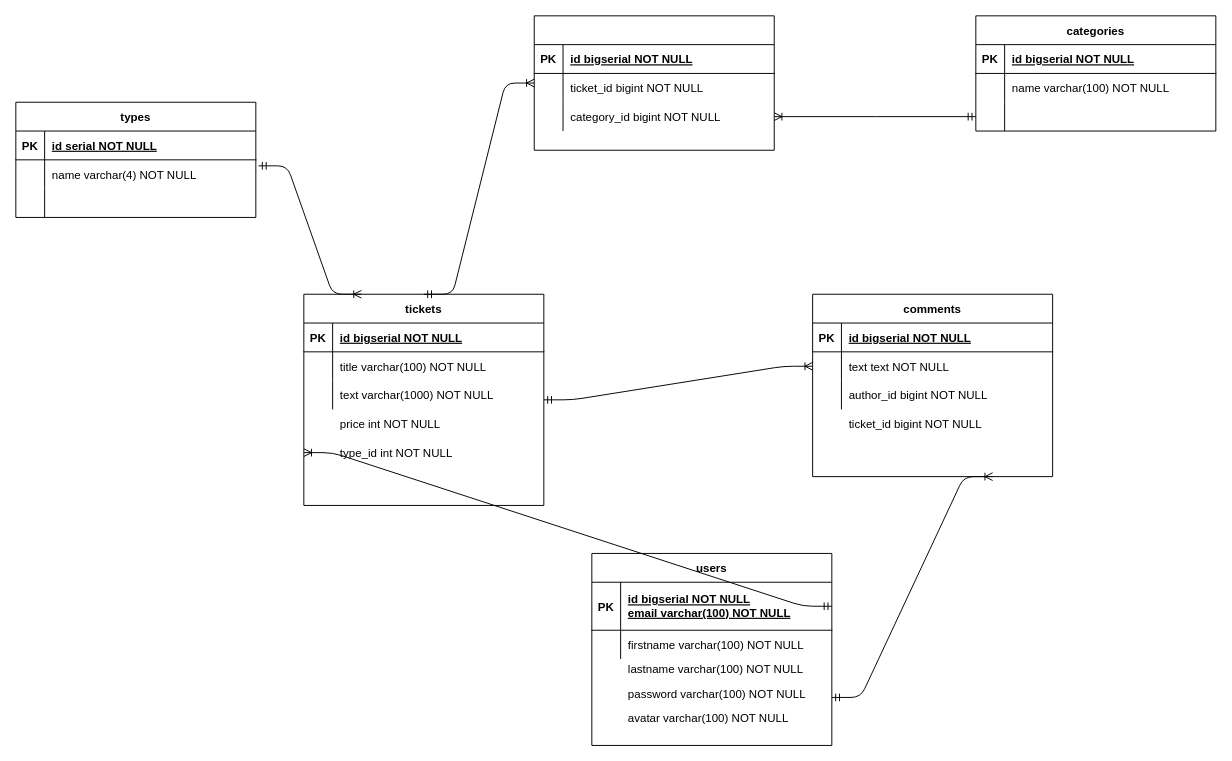
The draw.io diagram db-models/logical-model.drawio in htmlacademy-nodejs/1103621-buy-and-sell-3, before the edit. Source tidied: cells renumbered, new cells numbered last; positions are measured from the earlier drawing's top-left corner, leaving out a move shared by most shapes. Both pictures are drawn from the tidied source at 96%, with x=0, y=0 at pixel (15, 15).
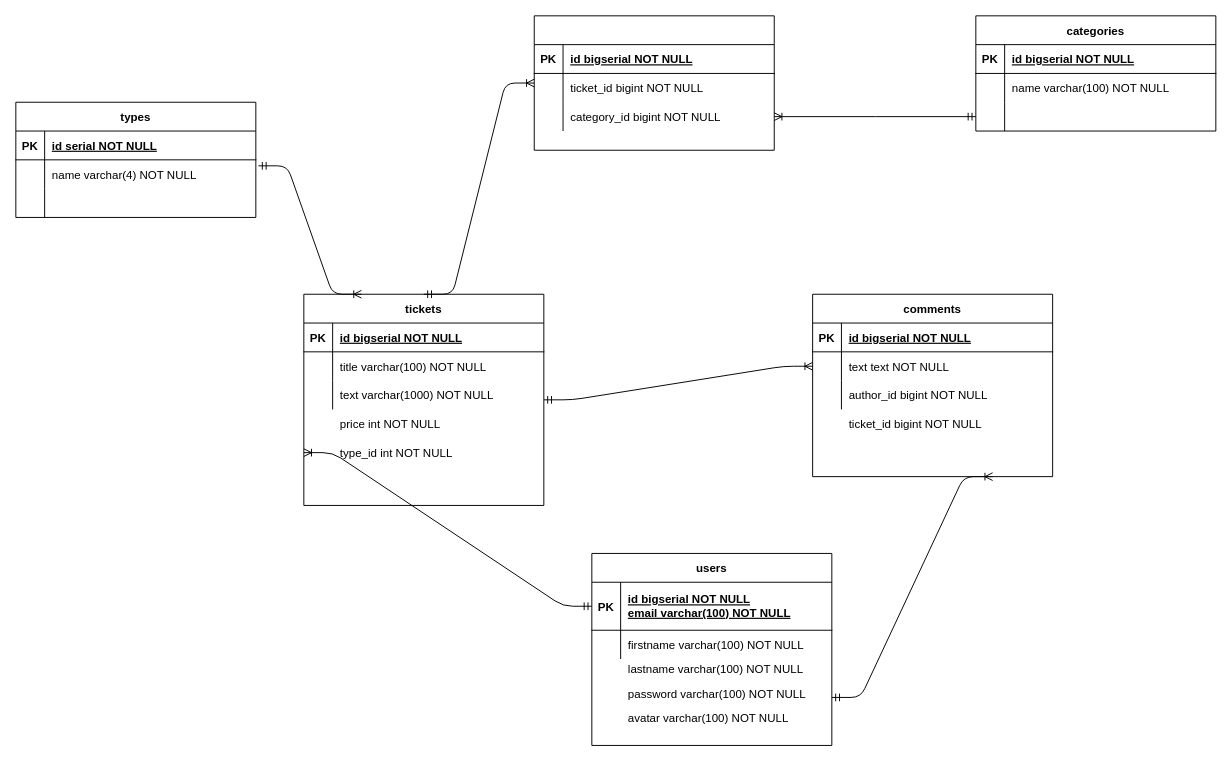
The same diagram, later.

Unchanged cells that the change refers to:
```xml
<mxCell id="3" style="shape=partialRectangle;fillColor=none;points=[[0,0.5],[1,0.5]];portConstraint=eastwest;top=0;left=0;right=0;bottom=1;" parent="2" vertex="1">
  <mxGeometry y="30" width="250" height="50" as="geometry" />
</mxCell>
<mxCell id="14" value="tickets" style="shape=table;startSize=30;childLayout=tableLayout;rowLines=0;fontStyle=1;align=center;" parent="1" vertex="1">
  <mxGeometry x="300" y="290" width="250" height="220" as="geometry" />
</mxCell>
```

Diff of the diagram source:
```diff
@@
-    <mxCell id="34" style="edgeStyle=entityRelationEdgeStyle;fontSize=12;html=1;endArrow=ERoneToMany;startArrow=ERmandOne;exitX=1;exitY=0.5;exitDx=0;exitDy=0;entryX=0;entryY=0.75;entryDx=0;entryDy=0;" parent="1" edge="1" source="3" target="14">
+    <mxCell id="34" style="edgeStyle=entityRelationEdgeStyle;fontSize=12;html=1;endArrow=ERoneToMany;startArrow=ERmandOne;exitX=0;exitY=0.5;exitDx=0;exitDy=0;entryX=0;entryY=0.75;entryDx=0;entryDy=0;" parent="1" edge="1" source="3" target="14">
       <mxGeometry relative="1" as="geometry" />
     </mxCell>
```
